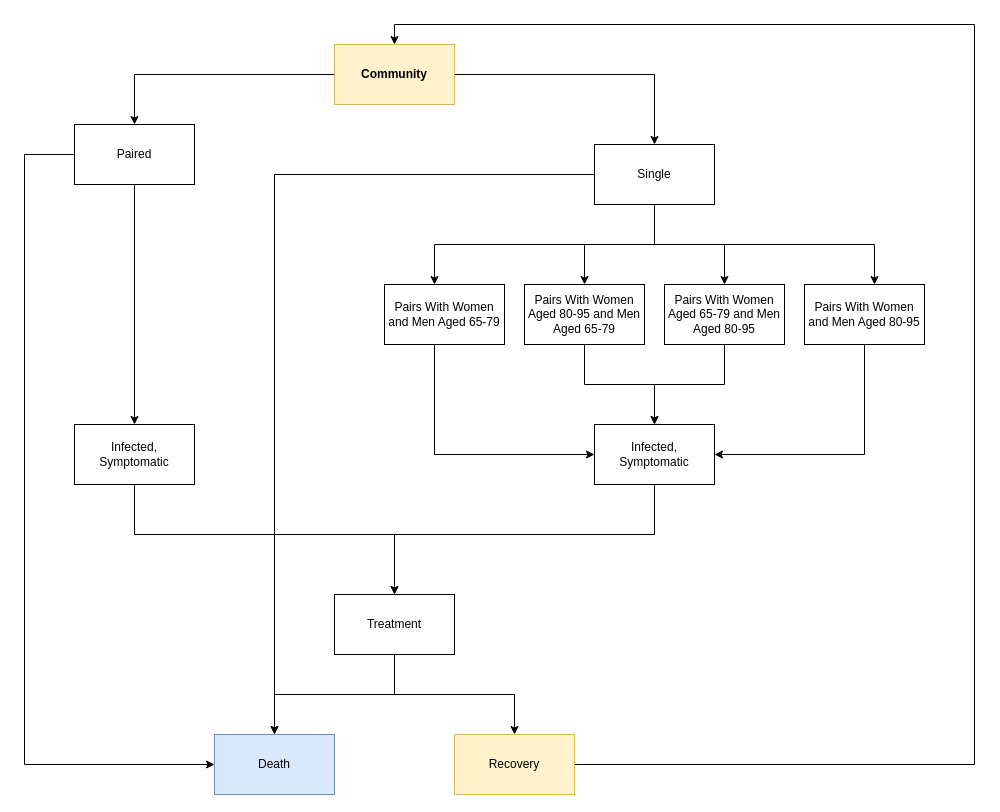
This is Documentation/Block Diagram.drawio from hillegass/discrete-simulation, a draw.io file, before an edit. Source tidied: cells renumbered, new cells numbered last; positions are measured from the earlier drawing's top-left corner, leaving out a move shared by most shapes. Both pictures are drawn from the tidied source at 100%, with x=0, y=0 at pixel (24, 24).
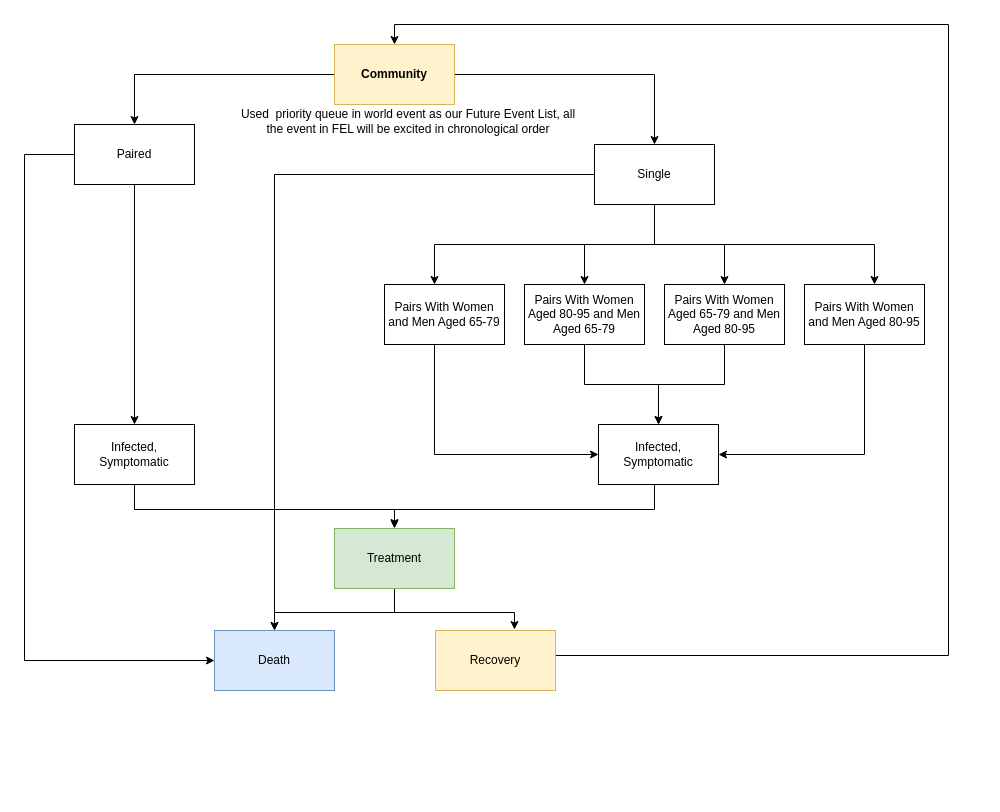
The same diagram, later.

The change refers to these unchanged cells:
```xml
<mxCell id="4" value="Community" style="rounded=0;whiteSpace=wrap;html=1;fillColor=#fff2cc;strokeColor=#d6b656;gradientColor=none;fontStyle=1;" parent="1" vertex="1">
  <mxGeometry x="310" y="20" width="120" height="60" as="geometry" />
</mxCell>
<mxCell id="7" value="Paired" style="rounded=0;whiteSpace=wrap;html=1;" parent="1" vertex="1">
  <mxGeometry x="50" y="100" width="120" height="60" as="geometry" />
</mxCell>
<mxCell id="9" value="Infected, Symptomatic" style="rounded=0;whiteSpace=wrap;html=1;" parent="1" vertex="1">
  <mxGeometry x="50" y="400" width="120" height="60" as="geometry" />
</mxCell>
```

Change to the diagram source:
```diff
@@
     <mxCell id="6" style="edgeStyle=orthogonalEdgeStyle;rounded=0;jettySize=auto;html=1;entryX=0;entryY=0.5;entryDx=0;entryDy=0;" parent="1" edge="1" source="7" target="15">
       <mxGeometry relative="1" as="geometry">
         <Array as="points">
           <mxPoint y="130" />
-          <mxPoint y="740" />
+          <mxPoint y="636" />
         </Array>
       </mxGeometry>
     </mxCell>
@@
     <mxCell id="8" style="edgeStyle=orthogonalEdgeStyle;rounded=0;jettySize=auto;html=1;" parent="1" edge="1" source="9" target="12">
       <mxGeometry relative="1" as="geometry">
         <Array as="points">
-          <mxPoint x="110" y="510" />
-          <mxPoint x="370" y="510" />
+          <mxPoint x="110" y="485" />
+          <mxPoint x="370" y="485" />
         </Array>
       </mxGeometry>
     </mxCell>
@@
     <mxCell id="10" style="edgeStyle=orthogonalEdgeStyle;rounded=0;jettySize=auto;html=1;" parent="1" edge="1" source="12" target="15">
-      <mxGeometry relative="1" as="geometry" />
+      <mxGeometry relative="1" as="geometry">
+        <Array as="points">
+          <mxPoint x="370" y="588" />
+          <mxPoint x="250" y="588" />
+        </Array>
+      </mxGeometry>
     </mxCell>
-    <mxCell id="11" style="edgeStyle=orthogonalEdgeStyle;rounded=0;jettySize=auto;html=1;" parent="1" edge="1" source="12" target="14">
-      <mxGeometry relative="1" as="geometry" />
+    <mxCell id="11" style="edgeStyle=orthogonalEdgeStyle;rounded=0;orthogonalLoop=1;jettySize=auto;html=1;" parent="1" edge="1">
+      <mxGeometry relative="1" as="geometry">
+        <mxPoint x="370" y="563" as="sourcePoint" />
+        <mxPoint x="490" y="605" as="targetPoint" />
+        <Array as="points">
+          <mxPoint x="370" y="588" />
+          <mxPoint x="490" y="588" />
+        </Array>
+      </mxGeometry>
     </mxCell>
-    <mxCell id="12" value="Treatment" style="rounded=0;whiteSpace=wrap;html=1;" parent="1" vertex="1">
-      <mxGeometry x="310" y="570" width="120" height="60" as="geometry" />
+    <mxCell id="12" value="Treatment" style="rounded=0;whiteSpace=wrap;html=1;fillColor=#d5e8d4;strokeColor=#82b366;" parent="1" vertex="1">
+      <mxGeometry x="310" y="504" width="120" height="60" as="geometry" />
     </mxCell>
     <mxCell id="13" style="edgeStyle=orthogonalEdgeStyle;rounded=0;jettySize=auto;html=1;entryX=0.5;entryY=0;entryDx=0;entryDy=0;" parent="1" edge="1" source="14" target="4">
       <mxGeometry relative="1" as="geometry">
         <Array as="points">
-          <mxPoint x="950" y="740" />
-          <mxPoint x="950" />
+          <mxPoint x="924" y="631" />
+          <mxPoint x="924" />
           <mxPoint x="370" />
         </Array>
       </mxGeometry>
     </mxCell>
     <mxCell id="14" value="Recovery" style="rounded=0;whiteSpace=wrap;html=1;fillColor=#fff2cc;strokeColor=#d6b656;" parent="1" vertex="1">
-      <mxGeometry x="430" y="710" width="120" height="60" as="geometry" />
+      <mxGeometry x="411" y="606" width="120" height="60" as="geometry" />
     </mxCell>
     <mxCell id="15" value="Death" style="rounded=0;whiteSpace=wrap;html=1;fillColor=#dae8fc;strokeColor=#6c8ebf;" parent="1" vertex="1">
-      <mxGeometry x="190" y="710" width="120" height="60" as="geometry" />
+      <mxGeometry x="190" y="606" width="120" height="60" as="geometry" />
     </mxCell>
@@
-    <mxCell id="30" style="edgeStyle=orthogonalEdgeStyle;rounded=0;jettySize=auto;html=1;entryX=0.5;entryY=0;entryDx=0;entryDy=0;" parent="1" edge="1" source="31" target="12">
+    <mxCell id="30" style="edgeStyle=orthogonalEdgeStyle;rounded=0;orthogonalLoop=1;jettySize=auto;html=1;entryX=0.5;entryY=0;entryDx=0;entryDy=0;" parent="1" edge="1">
       <mxGeometry relative="1" as="geometry">
+        <mxPoint x="630" y="459" as="sourcePoint" />
+        <mxPoint x="370" y="503" as="targetPoint" />
         <Array as="points">
-          <mxPoint x="630" y="510" />
-          <mxPoint x="370" y="510" />
+          <mxPoint x="630" y="485" />
+          <mxPoint x="370" y="485" />
         </Array>
       </mxGeometry>
     </mxCell>
     <mxCell id="31" value="Infected, Symptomatic" style="rounded=0;whiteSpace=wrap;html=1;" parent="1" vertex="1">
-      <mxGeometry x="570" y="400" width="120" height="60" as="geometry" />
+      <mxGeometry x="574" y="400" width="120" height="60" as="geometry" />
     </mxCell>
+    <mxCell id="32" value="Used &amp;nbsp;priority queue in world event as our Future Event List, all the event in FEL will be excited in chronological order" style="text;html=1;strokeColor=none;fillColor=none;align=center;verticalAlign=middle;whiteSpace=wrap;rounded=0;fontColor=#000000;fontStyle=0;" parent="1" vertex="1">
+      <mxGeometry x="209" y="87" width="350" height="20" as="geometry" />
+    </mxCell>
```
